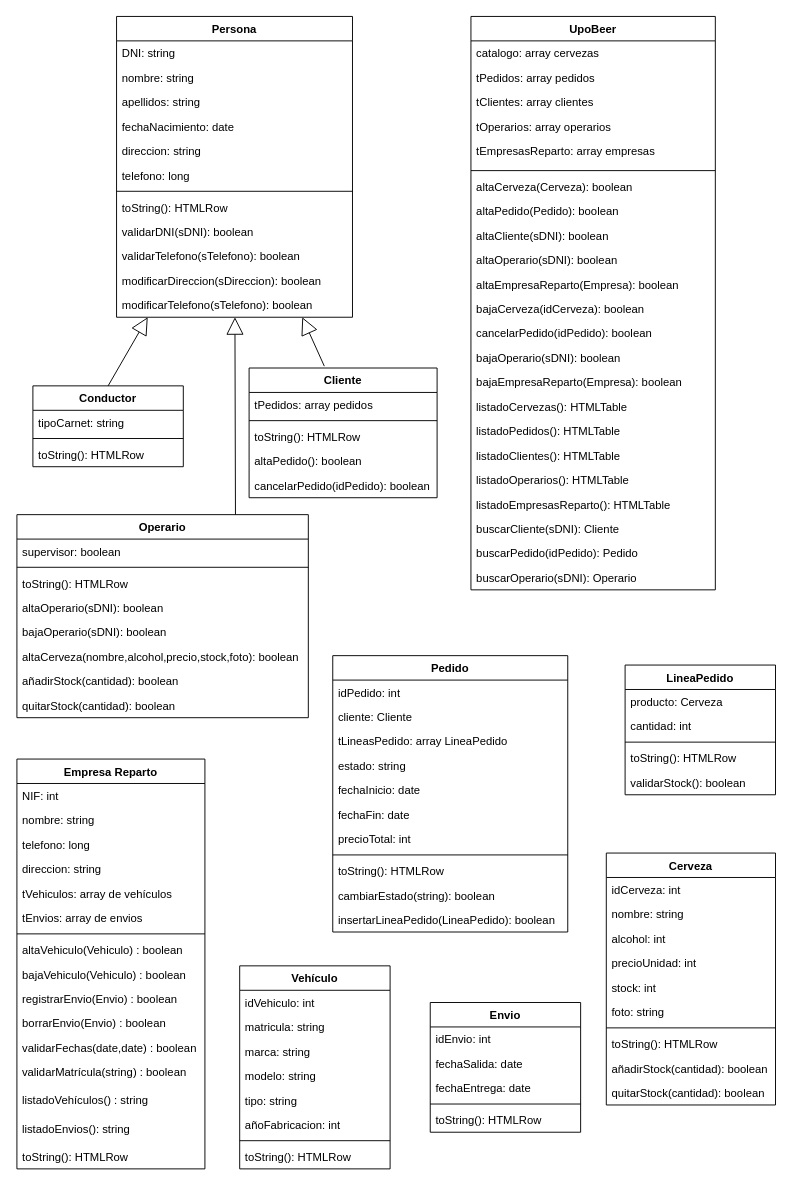
iandreafh/UpoBeer keeps this draw.io diagram as Untitled Diagram.drawio. Above is the earlier version. Source tidied: cells renumbered, new cells numbered last; positions are measured from the earlier drawing's top-left corner, leaving out a move shared by most shapes. Both pictures are drawn from the tidied source at 94%, with x=0, y=0 at pixel (16, 16).
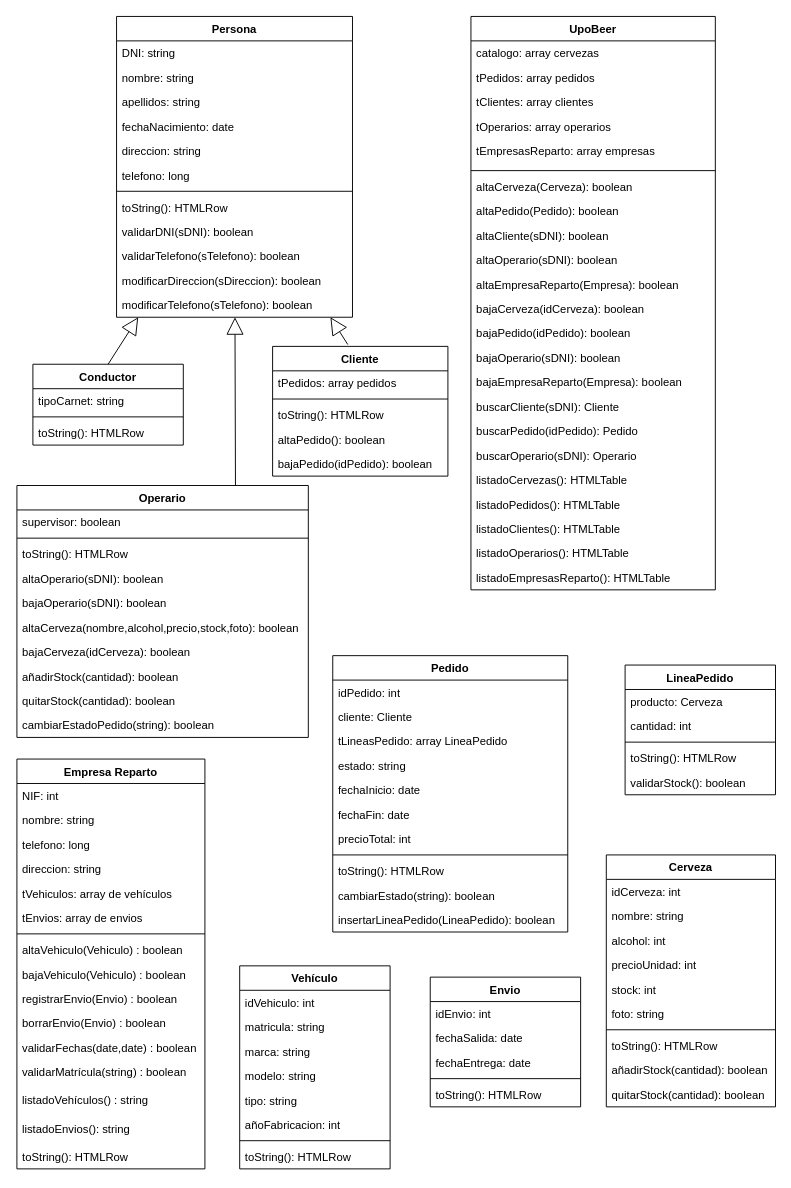
Above is the later version.

Unchanged cells that the change refers to:
```xml
<mxCell id="21" value="UpoBeer" style="swimlane;fontStyle=1;align=center;verticalAlign=top;horizontal=1;startSize=26;" parent="1" vertex="1">
  <mxGeometry x="483.5" width="260" height="610" as="geometry" />
</mxCell>
```

What changed in the source:
```diff
@@
     <mxCell id="2" value="Cliente" style="swimlane;fontStyle=1;align=center;verticalAlign=top;horizontal=1;startSize=26;" parent="1" vertex="1">
-      <mxGeometry x="247.5" y="374" width="200" height="138" as="geometry" />
+      <mxGeometry x="272.5" y="351" width="186.5" height="138" as="geometry" />
     </mxCell>
     <mxCell id="3" value="tPedidos: array pedidos" style="text;strokeColor=none;fillColor=none;align=left;verticalAlign=top;spacingLeft=4;spacingRight=4;overflow=hidden;" parent="2" vertex="1">
-      <mxGeometry y="26" width="200" height="26" as="geometry" />
+      <mxGeometry y="26" width="186.5" height="26" as="geometry" />
     </mxCell>
     <mxCell id="4" style="line;strokeWidth=1;fillColor=none;align=left;verticalAlign=middle;spacingTop=-1;spacingLeft=3;spacingRight=3;labelPosition=right;" parent="2" vertex="1">
-      <mxGeometry y="52" width="200" height="8" as="geometry" />
+      <mxGeometry y="52" width="186.5" height="8" as="geometry" />
     </mxCell>
     <mxCell id="5" value="toString(): HTMLRow" style="text;strokeColor=none;fillColor=none;align=left;verticalAlign=top;spacingLeft=4;spacingRight=4;overflow=hidden;" parent="2" vertex="1">
-      <mxGeometry y="60" width="200" height="26" as="geometry" />
+      <mxGeometry y="60" width="186.5" height="26" as="geometry" />
     </mxCell>
     <mxCell id="6" value="altaPedido(): boolean" style="text;strokeColor=none;fillColor=none;align=left;verticalAlign=top;spacingLeft=4;spacingRight=4;overflow=hidden;" parent="2" vertex="1">
-      <mxGeometry y="86" width="200" height="26" as="geometry" />
+      <mxGeometry y="86" width="186.5" height="26" as="geometry" />
     </mxCell>
@@
-    <mxCell id="8" value="cancelarPedido(idPedido): boolean" style="text;strokeColor=none;fillColor=none;align=left;verticalAlign=top;spacingLeft=4;spacingRight=4;overflow=hidden;" parent="2" vertex="1">
-      <mxGeometry y="112" width="200" height="26" as="geometry" />
+    <mxCell id="8" value="bajaPedido(idPedido): boolean" style="text;strokeColor=none;fillColor=none;align=left;verticalAlign=top;spacingLeft=4;spacingRight=4;overflow=hidden;" parent="2" vertex="1">
+      <mxGeometry y="112" width="186.5" height="26" as="geometry" />
     </mxCell>
@@
-    <mxCell id="34" value="cancelarPedido(idPedido): boolean" style="text;strokeColor=none;fillColor=none;align=left;verticalAlign=top;spacingLeft=4;spacingRight=4;overflow=hidden;" parent="21" vertex="1">
+    <mxCell id="34" value="bajaPedido(idPedido): boolean" style="text;strokeColor=none;fillColor=none;align=left;verticalAlign=top;spacingLeft=4;spacingRight=4;overflow=hidden;" parent="21" vertex="1">
       <mxGeometry y="324" width="260" height="26" as="geometry" />
     </mxCell>
@@
+    <mxCell id="42" value="buscarCliente(sDNI): Cliente" style="text;strokeColor=none;fillColor=none;align=left;verticalAlign=top;spacingLeft=4;spacingRight=4;overflow=hidden;" parent="21" vertex="1">
+      <mxGeometry y="402" width="260" height="26" as="geometry" />
+    </mxCell>
+    <mxCell id="43" value="buscarPedido(idPedido): Pedido" style="text;strokeColor=none;fillColor=none;align=left;verticalAlign=top;spacingLeft=4;spacingRight=4;overflow=hidden;" parent="21" vertex="1">
+      <mxGeometry y="428" width="260" height="26" as="geometry" />
+    </mxCell>
+    <mxCell id="44" value="buscarOperario(sDNI): Operario" style="text;strokeColor=none;fillColor=none;align=left;verticalAlign=top;spacingLeft=4;spacingRight=4;overflow=hidden;" parent="21" vertex="1">
+      <mxGeometry y="454" width="260" height="26" as="geometry" />
+    </mxCell>
     <mxCell id="37" value="listadoCervezas(): HTMLTable" style="text;strokeColor=none;fillColor=none;align=left;verticalAlign=top;spacingLeft=4;spacingRight=4;overflow=hidden;" parent="21" vertex="1">
-      <mxGeometry y="402" width="260" height="26" as="geometry" />
+      <mxGeometry y="480" width="260" height="26" as="geometry" />
     </mxCell>
     <mxCell id="38" value="listadoPedidos(): HTMLTable" style="text;strokeColor=none;fillColor=none;align=left;verticalAlign=top;spacingLeft=4;spacingRight=4;overflow=hidden;" parent="21" vertex="1">
-      <mxGeometry y="428" width="260" height="26" as="geometry" />
+      <mxGeometry y="506" width="260" height="26" as="geometry" />
     </mxCell>
     <mxCell id="39" value="listadoClientes(): HTMLTable" style="text;strokeColor=none;fillColor=none;align=left;verticalAlign=top;spacingLeft=4;spacingRight=4;overflow=hidden;" parent="21" vertex="1">
-      <mxGeometry y="454" width="260" height="26" as="geometry" />
+      <mxGeometry y="532" width="260" height="26" as="geometry" />
     </mxCell>
     <mxCell id="40" value="listadoOperarios(): HTMLTable" style="text;strokeColor=none;fillColor=none;align=left;verticalAlign=top;spacingLeft=4;spacingRight=4;overflow=hidden;" parent="21" vertex="1">
-      <mxGeometry y="480" width="260" height="26" as="geometry" />
+      <mxGeometry y="558" width="260" height="26" as="geometry" />
     </mxCell>
     <mxCell id="41" value="listadoEmpresasReparto(): HTMLTable" style="text;strokeColor=none;fillColor=none;align=left;verticalAlign=top;spacingLeft=4;spacingRight=4;overflow=hidden;" parent="21" vertex="1">
-      <mxGeometry y="506" width="260" height="26" as="geometry" />
+      <mxGeometry y="584" width="260" height="26" as="geometry" />
     </mxCell>
-    <mxCell id="42" value="buscarCliente(sDNI): Cliente" style="text;strokeColor=none;fillColor=none;align=left;verticalAlign=top;spacingLeft=4;spacingRight=4;overflow=hidden;" parent="21" vertex="1">
-      <mxGeometry y="532" width="260" height="26" as="geometry" />
-    </mxCell>
-    <mxCell id="43" value="buscarPedido(idPedido): Pedido" style="text;strokeColor=none;fillColor=none;align=left;verticalAlign=top;spacingLeft=4;spacingRight=4;overflow=hidden;" parent="21" vertex="1">
-      <mxGeometry y="558" width="260" height="26" as="geometry" />
-    </mxCell>
-    <mxCell id="44" value="buscarOperario(sDNI): Operario" style="text;strokeColor=none;fillColor=none;align=left;verticalAlign=top;spacingLeft=4;spacingRight=4;overflow=hidden;" parent="21" vertex="1">
-      <mxGeometry y="584" width="260" height="26" as="geometry" />
-    </mxCell>
     <mxCell id="45" value="Cerveza" style="swimlane;fontStyle=1;align=center;verticalAlign=top;horizontal=1;startSize=26;" parent="1" vertex="1">
-      <mxGeometry x="627.5" y="890" width="180" height="268" as="geometry" />
+      <mxGeometry x="627.5" y="892" width="180" height="268" as="geometry" />
     </mxCell>
@@
     <mxCell id="56" value="Operario" style="swimlane;fontStyle=1;align=center;verticalAlign=top;horizontal=1;startSize=26;" parent="1" vertex="1">
-      <mxGeometry x="0.5" y="530" width="310" height="216" as="geometry" />
+      <mxGeometry x="0.5" y="499" width="310" height="268" as="geometry" />
     </mxCell>
@@
+    <mxCell id="122" value="bajaCerveza(idCerveza): boolean" style="text;strokeColor=none;fillColor=none;align=left;verticalAlign=top;spacingLeft=4;spacingRight=4;overflow=hidden;" parent="56" vertex="1">
+      <mxGeometry y="164" width="310" height="26" as="geometry" />
+    </mxCell>
     <mxCell id="63" value="añadirStock(cantidad): boolean" style="text;strokeColor=none;fillColor=none;align=left;verticalAlign=top;spacingLeft=4;spacingRight=4;overflow=hidden;" parent="56" vertex="1">
-      <mxGeometry y="164" width="310" height="26" as="geometry" />
+      <mxGeometry y="190" width="310" height="26" as="geometry" />
     </mxCell>
     <mxCell id="64" value="quitarStock(cantidad): boolean" style="text;strokeColor=none;fillColor=none;align=left;verticalAlign=top;spacingLeft=4;spacingRight=4;overflow=hidden;" parent="56" vertex="1">
-      <mxGeometry y="190" width="310" height="26" as="geometry" />
+      <mxGeometry y="216" width="310" height="26" as="geometry" />
     </mxCell>
+    <mxCell id="123" value="cambiarEstadoPedido(string): boolean" style="text;strokeColor=none;fillColor=none;align=left;verticalAlign=top;spacingLeft=4;spacingRight=4;overflow=hidden;" parent="56" vertex="1">
+      <mxGeometry y="242" width="310" height="26" as="geometry" />
+    </mxCell>
     <mxCell id="65" value="Conductor" style="swimlane;fontStyle=1;align=center;verticalAlign=top;horizontal=1;startSize=26;" parent="1" vertex="1">
-      <mxGeometry x="17.5" y="393" width="160" height="86" as="geometry" />
+      <mxGeometry x="17.5" y="370" width="160" height="86" as="geometry" />
     </mxCell>
@@
     <mxCell id="86" value="Envio" style="swimlane;fontStyle=1;align=center;verticalAlign=top;horizontal=1;startSize=26;" parent="1" vertex="1">
-      <mxGeometry x="440.2" y="1049" width="160" height="138" as="geometry" />
+      <mxGeometry x="440.2" y="1022" width="160" height="138" as="geometry" />
     </mxCell>
```
